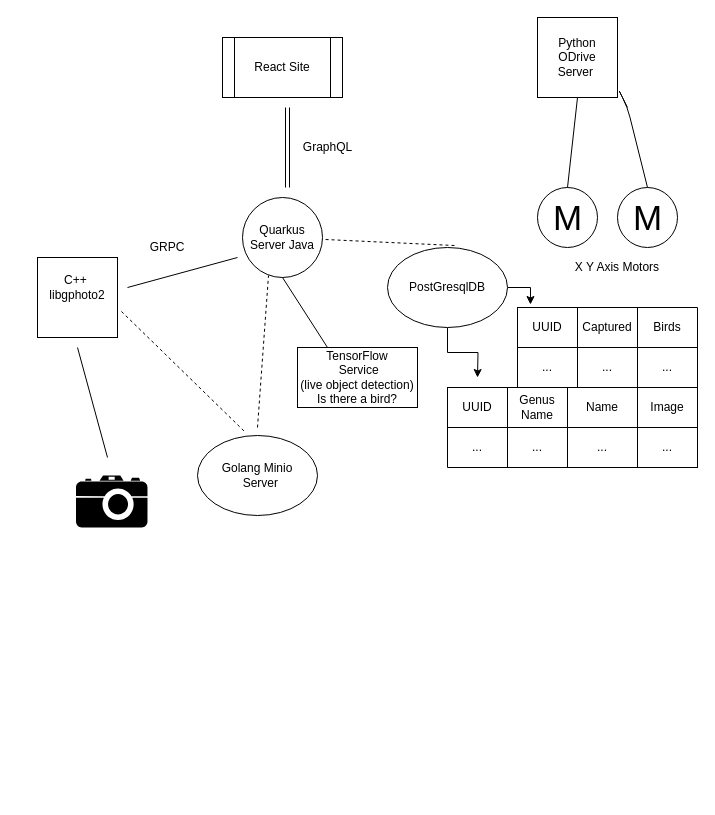
maxgdn/birdup keeps this draw.io diagram as birdup.drawio. Above is the earlier version. Source tidied: cells renumbered, new cells numbered last; positions are measured from the earlier drawing's top-left corner, leaving out a move shared by most shapes. Both pictures are drawn from the tidied source at 100%, with x=0, y=0 at pixel (37, 17).
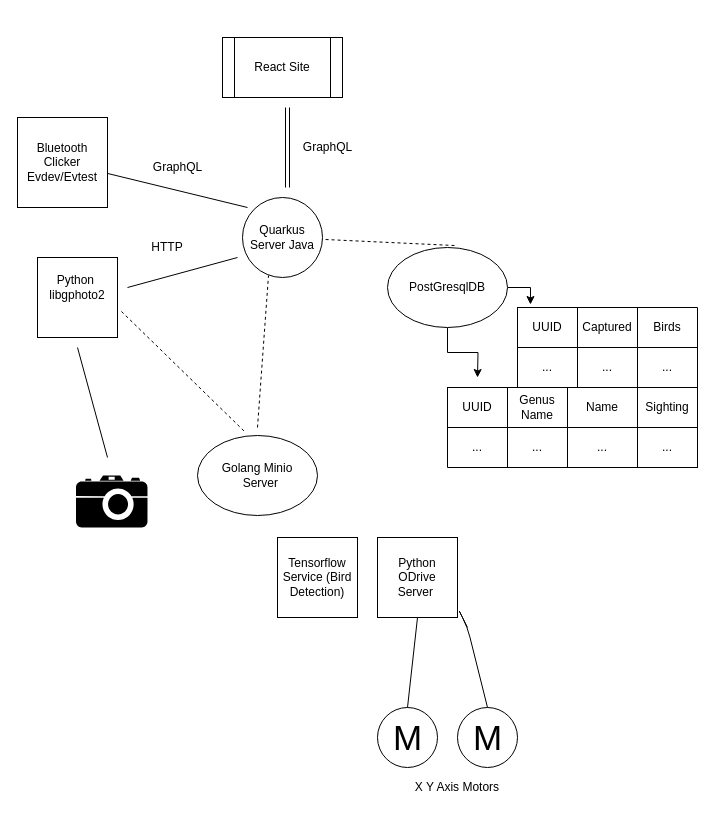
Above is the later version.

Diff of the diagram source:
```diff
@@
-    <mxCell id="7" value="GRPC" style="text;html=1;strokeColor=none;fillColor=none;align=center;verticalAlign=middle;whiteSpace=wrap;rounded=0;" parent="1" vertex="1">
+    <mxCell id="7" value="HTTP" style="text;html=1;strokeColor=none;fillColor=none;align=center;verticalAlign=middle;whiteSpace=wrap;rounded=0;" parent="1" vertex="1">
       <mxGeometry x="110" y="220" width="40" height="20" as="geometry" />
     </mxCell>
-    <mxCell id="8" value="C++&amp;nbsp;&lt;br&gt;libgphoto2" style="text;html=1;strokeColor=none;fillColor=none;align=center;verticalAlign=middle;whiteSpace=wrap;rounded=0;" parent="1" vertex="1">
+    <mxCell id="8" value="Python&amp;nbsp;&lt;br&gt;libgphoto2" style="text;html=1;strokeColor=none;fillColor=none;align=center;verticalAlign=middle;whiteSpace=wrap;rounded=0;" parent="1" vertex="1">
       <mxGeometry x="20" y="260" width="40" height="20" as="geometry" />
     </mxCell>
@@
     <mxCell id="10" value="Python ODrive Server&amp;nbsp;" style="whiteSpace=wrap;html=1;" parent="1" vertex="1">
-      <mxGeometry x="500" width="80" height="80" as="geometry" />
+      <mxGeometry x="340" y="520" width="80" height="80" as="geometry" />
     </mxCell>
@@
     <mxCell id="18" value="M" style="verticalLabelPosition=middle;shadow=0;dashed=0;align=center;html=1;verticalAlign=middle;strokeWidth=1;shape=ellipse;fontSize=35;" parent="1" vertex="1">
-      <mxGeometry x="580" y="170" width="60" height="60" as="geometry" />
+      <mxGeometry x="420" y="690" width="60" height="60" as="geometry" />
     </mxCell>
     <mxCell id="19" value="M" style="verticalLabelPosition=middle;shadow=0;dashed=0;align=center;html=1;verticalAlign=middle;strokeWidth=1;shape=ellipse;fontSize=35;" parent="1" vertex="1">
-      <mxGeometry x="500" y="170" width="60" height="60" as="geometry" />
+      <mxGeometry x="340" y="690" width="60" height="60" as="geometry" />
     </mxCell>
     <mxCell id="20" value="X Y Axis Motors&lt;br&gt;" style="text;html=1;strokeColor=none;fillColor=none;align=center;verticalAlign=middle;whiteSpace=wrap;rounded=0;" parent="1" vertex="1">
-      <mxGeometry x="530" y="240" width="100" height="20" as="geometry" />
+      <mxGeometry x="370" y="760" width="100" height="20" as="geometry" />
     </mxCell>
     <mxCell id="21" style="endArrow=none;html=1;exitX=0.5;exitY=0;exitDx=0;exitDy=0;" parent="1" edge="1" source="19">
       <mxGeometry relative="1" as="geometry">
-        <mxPoint x="540" y="80" as="targetPoint" />
+        <mxPoint x="380" y="600" as="targetPoint" />
         <Array as="points">
-          <mxPoint x="540" y="80" />
+          <mxPoint x="380" y="600" />
         </Array>
       </mxGeometry>
     </mxCell>
     <mxCell id="22" style="endArrow=none;html=1;exitX=0.5;exitY=0;exitDx=0;exitDy=0;" parent="1" edge="1" source="18">
       <mxGeometry relative="1" as="geometry">
-        <mxPoint x="590" y="90" as="targetPoint" />
+        <mxPoint x="430" y="610" as="targetPoint" />
         <Array as="points">
-          <mxPoint x="590" y="90" />
-          <mxPoint x="580" y="70" />
+          <mxPoint x="430" y="610" />
+          <mxPoint x="420" y="590" />
         </Array>
       </mxGeometry>
     </mxCell>
-    <mxCell id="23" style="endArrow=none;html=1;exitX=0.25;exitY=0;exitDx=0;exitDy=0;" parent="1" edge="1" source="24">
-      <mxGeometry relative="1" as="geometry">
-        <mxPoint x="245" y="260" as="targetPoint" />
-      </mxGeometry>
-    </mxCell>
-    <mxCell id="24" value="TensorFlow&lt;br&gt;&amp;nbsp;Service&lt;br&gt;(live object detection)&lt;br&gt;Is there a bird?" style="rounded=0;whiteSpace=wrap;html=1;" parent="1" vertex="1">
-      <mxGeometry x="260" y="330" width="120" height="60" as="geometry" />
-    </mxCell>
@@
-    <mxCell id="45" value="Image" style="rounded=0;whiteSpace=wrap;html=1;strokeColor=#000000;strokeWidth=1;fillColor=#FFFFFF;" parent="1" vertex="1">
+    <mxCell id="45" value="Sighting" style="rounded=0;whiteSpace=wrap;html=1;strokeColor=#000000;strokeWidth=1;fillColor=#FFFFFF;" parent="1" vertex="1">
       <mxGeometry x="600" y="370" width="60" height="40" as="geometry" />
     </mxCell>
@@
+    <mxCell id="47" style="endArrow=none;html=1;" parent="1" edge="1" target="48">
+      <mxGeometry relative="1" as="geometry">
+        <mxPoint x="210" y="190" as="sourcePoint" />
+      </mxGeometry>
+    </mxCell>
+    <mxCell id="48" value="Bluetooth Clicker&lt;br&gt;Evdev/Evtest" style="whiteSpace=wrap;html=1;" parent="1" vertex="1">
+      <mxGeometry x="-20" y="100" width="90" height="90" as="geometry" />
+    </mxCell>
+    <mxCell id="49" value="GraphQL&lt;br&gt;" style="text;html=1;align=center;verticalAlign=middle;" parent="1" vertex="1">
+      <mxGeometry x="110" y="140" width="60" height="20" as="geometry" />
+    </mxCell>
+    <mxCell id="50" value="Tensorflow Service (Bird Detection)" style="whiteSpace=wrap;html=1;" parent="1" vertex="1">
+      <mxGeometry x="240" y="520" width="80" height="80" as="geometry" />
+    </mxCell>
```
